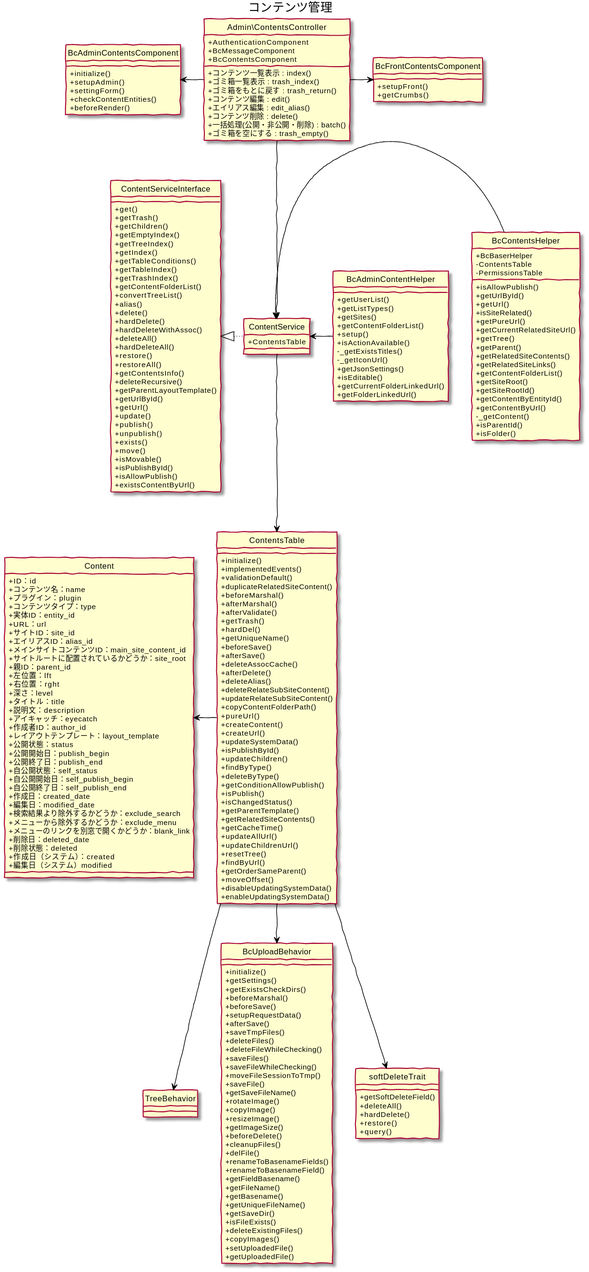
Earlier version of the PlantUML export 5/ucmitz/svg/class/manage_contents.svg (baserproject/baserproject.github.io).
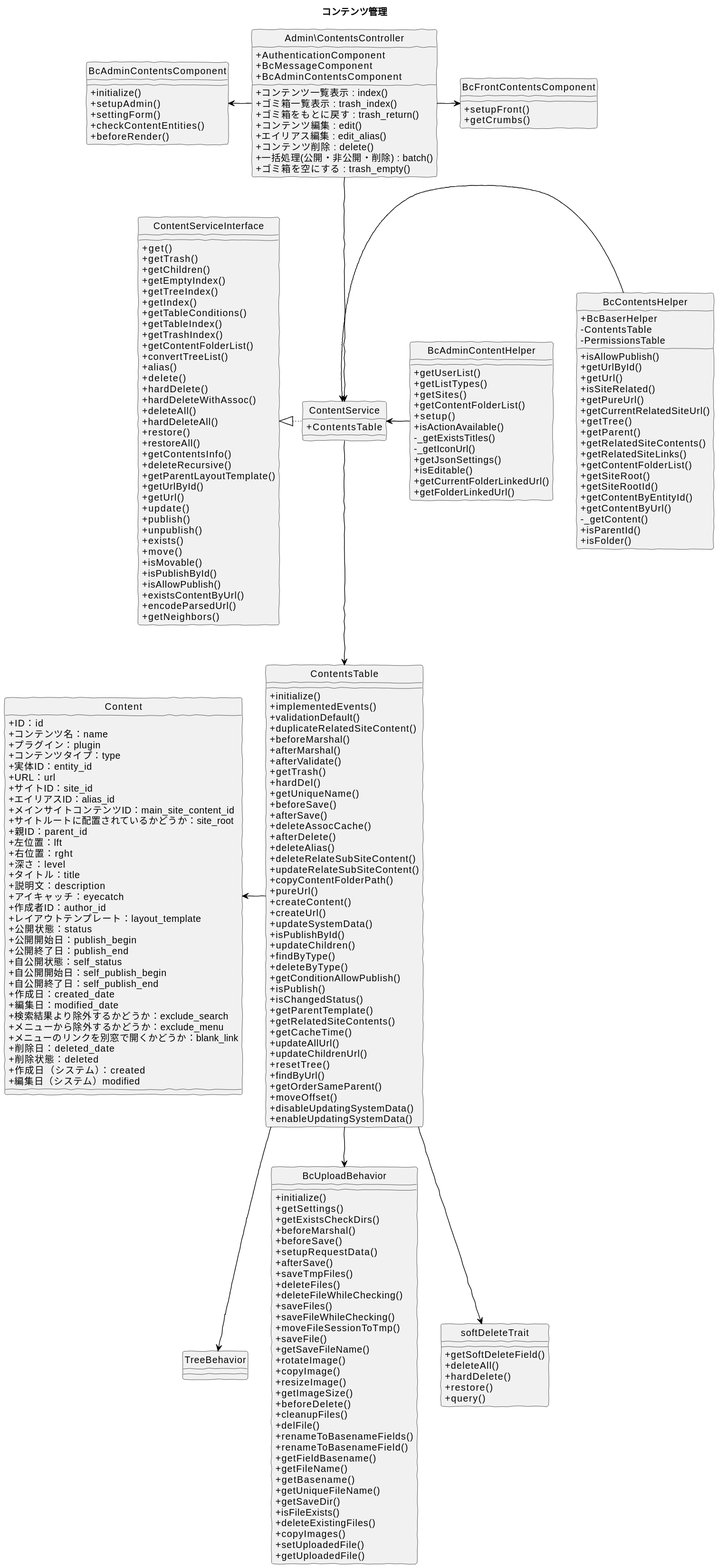
The same diagram one commit later.

Change to the diagram source:
```diff
@@ -9,7 +9,7 @@
 class Admin\ContentsController {
   + AuthenticationComponent
   + BcMessageComponent
-  + BcContentsComponent
+  + BcAdminContentsComponent
   + コンテンツ一覧表示 : index()
   + ゴミ箱一覧表示 : trash_index()
   + ゴミ箱をもとに戻す : trash_return()
@@ -190,6 +190,8 @@
   + isPublishById()
   + isAllowPublish()
   + existsContentByUrl()
+  + encodeParsedUrl()
+  + getNeighbors()
 }
 
 class TreeBehavior {
```
